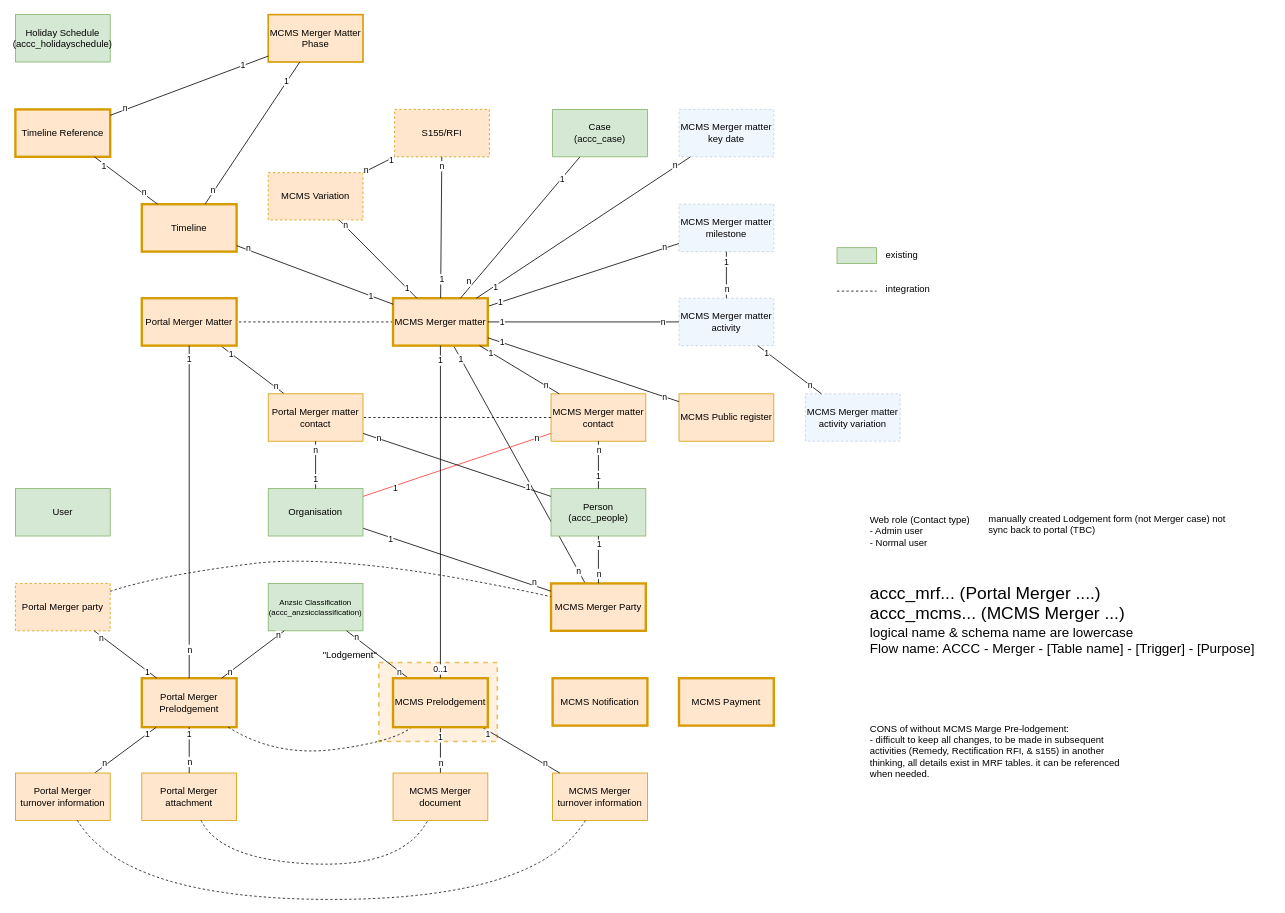
danieldotskc/helloworld keeps this draw.io diagram as page "Entities v4" (12 of 14) of Merger.drawio. Above is the earlier version. Source tidied: cells renumbered, new cells numbered last; positions are measured from the earlier drawing's top-left corner, leaving out a move shared by most shapes. Both pictures are drawn from the tidied source at 79%, with x=0, y=0 at pixel (15, 14).
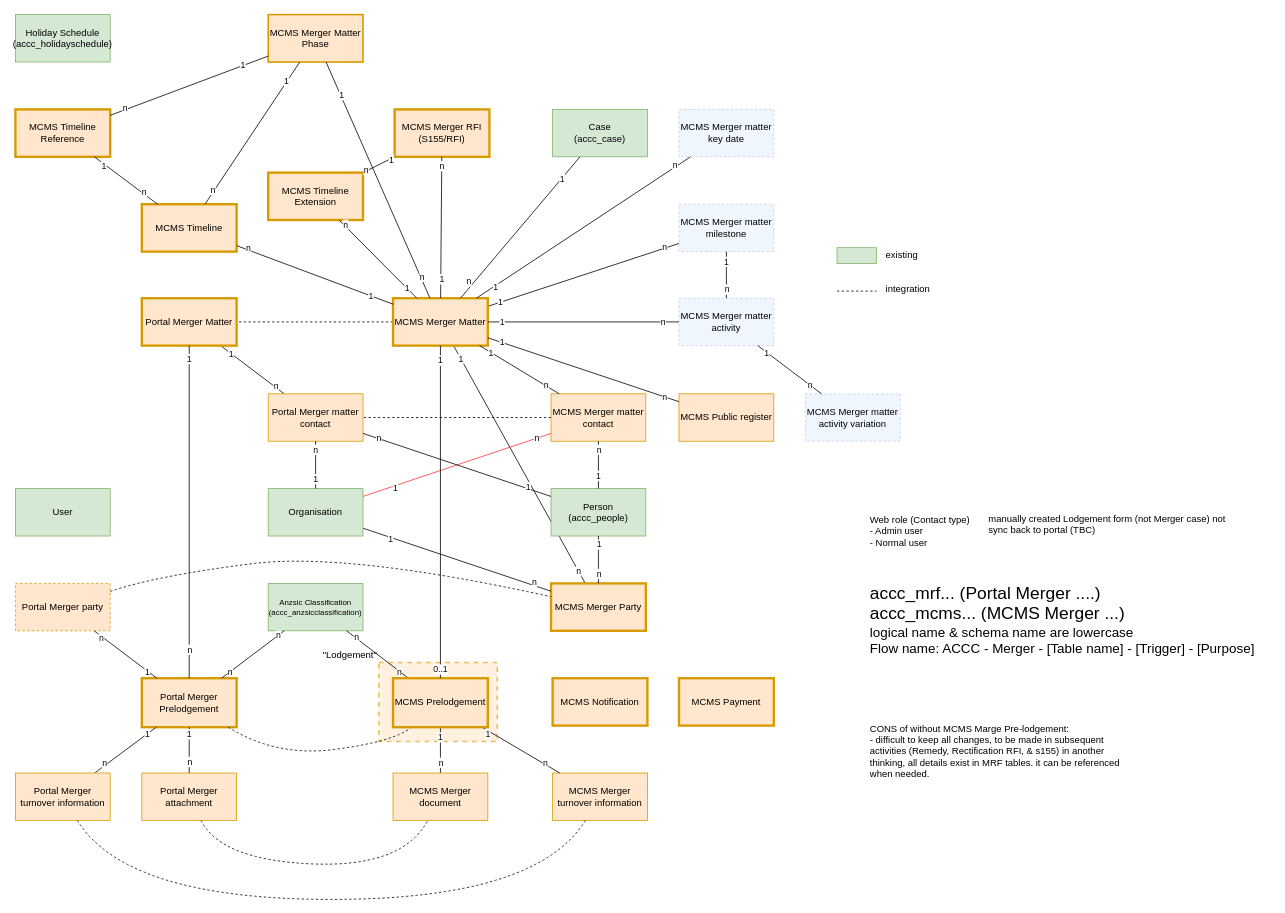
The same page after the edit.

Unchanged cells that the change refers to:
```xml
<mxCell id="115" value="MCMS Merger Matter Phase" style="rounded=0;whiteSpace=wrap;html=1;fillColor=#ffe6cc;strokeColor=#d79b00;strokeWidth=2;" parent="1" vertex="1">
  <mxGeometry x="320" width="120" height="60" as="geometry" />
</mxCell>
```

Diff of the diagram source:
```diff
@@
-    <mxCell id="14" value="&lt;div&gt;&lt;span style=&quot;background-color: transparent; color: light-dark(rgb(0, 0, 0), rgb(255, 255, 255));&quot;&gt;MCMS Merger matter&lt;/span&gt;&lt;/div&gt;" style="rounded=0;whiteSpace=wrap;html=1;fillColor=#ffe6cc;strokeColor=#d79b00;strokeWidth=3;" parent="1" vertex="1">
+    <mxCell id="14" value="&lt;div&gt;&lt;span style=&quot;background-color: transparent; color: light-dark(rgb(0, 0, 0), rgb(255, 255, 255));&quot;&gt;MCMS Merger Matter&lt;/span&gt;&lt;/div&gt;" style="rounded=0;whiteSpace=wrap;html=1;fillColor=#ffe6cc;strokeColor=#d79b00;strokeWidth=3;" parent="1" vertex="1">
       <mxGeometry x="478" y="359" width="120" height="60" as="geometry" />
     </mxCell>
@@
-    <mxCell id="113" value="Timeline" style="rounded=0;whiteSpace=wrap;html=1;fillColor=#ffe6cc;strokeColor=#d79b00;strokeWidth=3;" parent="1" vertex="1">
+    <mxCell id="113" value="MCMS Timeline" style="rounded=0;whiteSpace=wrap;html=1;fillColor=#ffe6cc;strokeColor=#d79b00;strokeWidth=3;" parent="1" vertex="1">
       <mxGeometry x="160" y="240" width="120" height="60" as="geometry" />
     </mxCell>
-    <mxCell id="114" value="Timeline Reference" style="rounded=0;whiteSpace=wrap;html=1;fillColor=#ffe6cc;strokeColor=#d79b00;strokeWidth=3;" parent="1" vertex="1">
+    <mxCell id="114" value="MCMS Timeline Reference" style="rounded=0;whiteSpace=wrap;html=1;fillColor=#ffe6cc;strokeColor=#d79b00;strokeWidth=3;" parent="1" vertex="1">
       <mxGeometry y="120" width="120" height="60" as="geometry" />
     </mxCell>
@@
-    <mxCell id="132" value="MCMS Variation" style="rounded=0;whiteSpace=wrap;html=1;fillColor=#ffe6cc;strokeColor=#d79b00;dashed=1;" parent="1" vertex="1">
+    <mxCell id="132" value="MCMS Timeline Extension" style="rounded=0;whiteSpace=wrap;html=1;fillColor=#ffe6cc;strokeColor=#d79b00;strokeWidth=3;" parent="1" vertex="1">
       <mxGeometry x="320" y="200" width="120" height="60" as="geometry" />
     </mxCell>
-    <mxCell id="133" value="S155/RFI" style="rounded=0;whiteSpace=wrap;html=1;fillColor=#ffe6cc;strokeColor=#d79b00;dashed=1;" parent="1" vertex="1">
+    <mxCell id="133" value="MCMS Merger RFI&lt;div&gt;(S155/RFI)&lt;/div&gt;" style="rounded=0;whiteSpace=wrap;html=1;fillColor=#ffe6cc;strokeColor=#d79b00;strokeWidth=3;" parent="1" vertex="1">
       <mxGeometry x="480" y="120" width="120" height="60" as="geometry" />
     </mxCell>
@@
+    <mxCell id="143" style="endArrow=none;html=1;rounded=0;" parent="1" edge="1" source="115" target="14">
+      <mxGeometry relative="1" as="geometry" />
+    </mxCell>
+    <mxCell id="144" value="1" style="edgeLabel;html=1;align=center;verticalAlign=middle;" parent="143" vertex="1">
+      <mxGeometry x="-0.71" relative="1" as="geometry">
+        <mxPoint y="-2" as="offset" />
+      </mxGeometry>
+    </mxCell>
+    <mxCell id="145" value="n" style="edgeLabel;html=1;align=center;verticalAlign=middle;" parent="143" vertex="1">
+      <mxGeometry x="0.85" relative="1" as="geometry">
+        <mxPoint y="-5" as="offset" />
+      </mxGeometry>
+    </mxCell>
```
